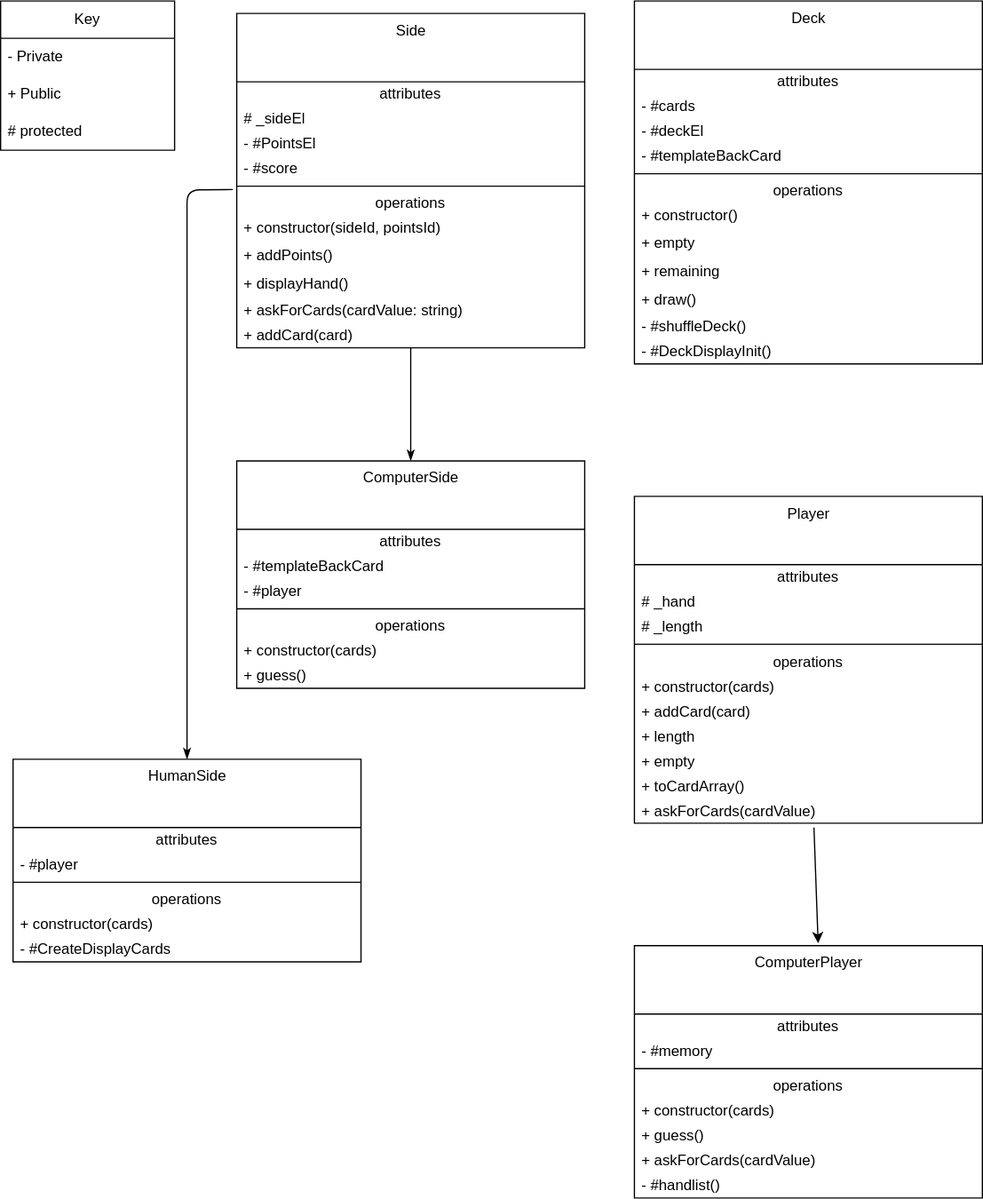
Anthonyntilelli/go-fish-webpage keeps this draw.io diagram as uml.drawio.svg. Above is the earlier version. Source tidied: cells renumbered, new cells last; positions are measured from the earlier drawing's top-left corner, leaving out a move shared by most shapes.
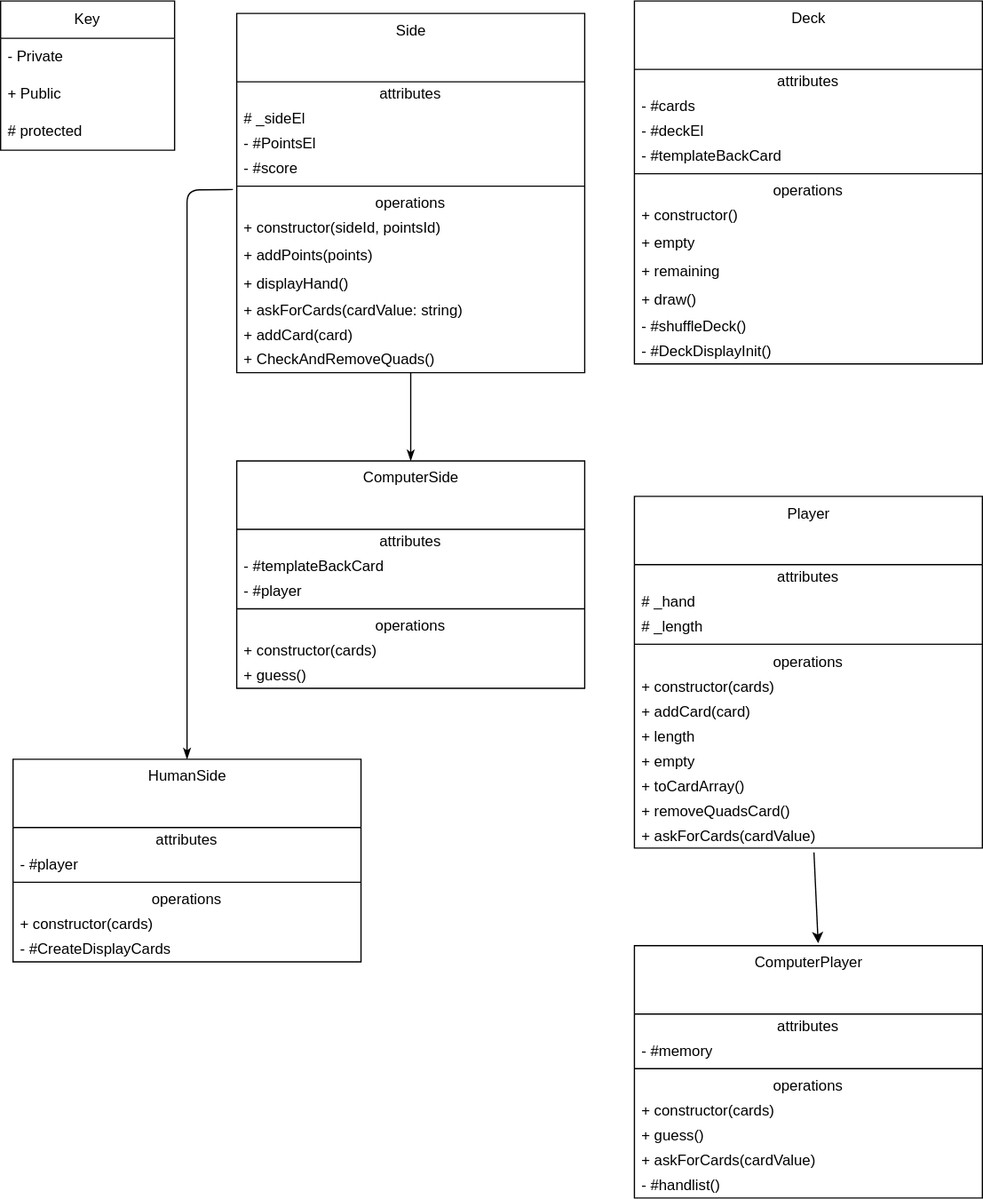
After the change.

The edit, as a diff of the source:
```diff
@@ -57,7 +57,7 @@
       <mxGeometry relative="1" as="geometry" />
     </mxCell>
     <mxCell id="20" value="Player" style="swimlane;fontStyle=0;align=center;verticalAlign=top;horizontal=1;startSize=55;html=1;" parent="1" vertex="1">
-      <mxGeometry x="510" y="398.5" width="280" height="263" as="geometry" />
+      <mxGeometry x="510" y="398.5" width="280" height="283" as="geometry" />
     </mxCell>
     <mxCell id="21" value="attributes" style="text;html=1;strokeColor=none;fillColor=none;align=center;verticalAlign=middle;spacingLeft=4;spacingRight=4;overflow=hidden;" parent="20" vertex="1">
       <mxGeometry y="55" width="280" height="20" as="geometry" />
@@ -89,8 +89,11 @@
     <mxCell id="30" value="+ toCardArray()" style="text;html=1;strokeColor=none;fillColor=none;align=left;verticalAlign=middle;spacingLeft=4;spacingRight=4;overflow=hidden;" parent="20" vertex="1">
       <mxGeometry y="223" width="280" height="20" as="geometry" />
     </mxCell>
+    <mxCell id="70" value="+ removeQuadsCard()" style="text;html=1;strokeColor=none;fillColor=none;align=left;verticalAlign=middle;spacingLeft=4;spacingRight=4;overflow=hidden;" parent="20" vertex="1">
+      <mxGeometry y="243" width="280" height="20" as="geometry" />
+    </mxCell>
     <mxCell id="31" value="+ askForCards(cardValue)" style="text;html=1;strokeColor=none;fillColor=none;align=left;verticalAlign=middle;spacingLeft=4;spacingRight=4;overflow=hidden;points=[[0,0.5],[1,0.5]];portConstraint=eastwest;" parent="20" vertex="1">
-      <mxGeometry y="243" width="280" height="20" as="geometry" />
+      <mxGeometry y="263" width="280" height="20" as="geometry" />
     </mxCell>
     <mxCell id="32" value="ComputerPlayer" style="swimlane;fontStyle=0;align=center;verticalAlign=top;horizontal=1;startSize=55;html=1;" parent="1" vertex="1">
       <mxGeometry x="510" y="760" width="280" height="203" as="geometry" />
@@ -120,7 +123,7 @@
       <mxGeometry y="183" width="280" height="20" as="geometry" />
     </mxCell>
     <mxCell id="41" value="Side" style="swimlane;fontStyle=0;align=center;verticalAlign=top;horizontal=1;startSize=55;html=1;" parent="1" vertex="1">
-      <mxGeometry x="190" y="10" width="280" height="269" as="geometry" />
+      <mxGeometry x="190" y="10" width="280" height="289" as="geometry" />
     </mxCell>
     <mxCell id="42" value="attributes" style="text;html=1;strokeColor=none;fillColor=none;align=center;verticalAlign=middle;spacingLeft=4;spacingRight=4;overflow=hidden;" parent="41" vertex="1">
       <mxGeometry y="55" width="280" height="20" as="geometry" />
@@ -143,7 +146,7 @@
     <mxCell id="48" value="+ constructor(sideId, pointsId)" style="text;html=1;strokeColor=none;fillColor=none;align=left;verticalAlign=middle;spacingLeft=4;spacingRight=4;overflow=hidden;" parent="41" vertex="1">
       <mxGeometry y="163" width="280" height="20" as="geometry" />
     </mxCell>
-    <mxCell id="49" value="+ addPoints()" style="text;html=1;strokeColor=none;fillColor=none;align=left;verticalAlign=middle;spacingLeft=4;spacingRight=4;overflow=hidden;" parent="41" vertex="1">
+    <mxCell id="49" value="+ addPoints(points)" style="text;html=1;strokeColor=none;fillColor=none;align=left;verticalAlign=middle;spacingLeft=4;spacingRight=4;overflow=hidden;" parent="41" vertex="1">
       <mxGeometry y="183" width="280" height="23" as="geometry" />
     </mxCell>
     <mxCell id="50" value="+ displayHand()" style="text;html=1;strokeColor=none;fillColor=none;align=left;verticalAlign=middle;spacingLeft=4;spacingRight=4;overflow=hidden;" parent="41" vertex="1">
@@ -152,8 +155,11 @@
     <mxCell id="51" value="+&amp;nbsp;askForCards(cardValue: string)" style="text;html=1;strokeColor=none;fillColor=none;align=left;verticalAlign=middle;spacingLeft=4;spacingRight=4;overflow=hidden;" parent="41" vertex="1">
       <mxGeometry y="229" width="280" height="20" as="geometry" />
     </mxCell>
+    <mxCell id="71" value="+ addCard(card)" style="text;html=1;strokeColor=none;fillColor=none;align=left;verticalAlign=middle;spacingLeft=4;spacingRight=4;overflow=hidden;" parent="41" vertex="1">
+      <mxGeometry y="249" width="280" height="20" as="geometry" />
+    </mxCell>
-    <mxCell id="52" value="+ addCard(card)" style="text;html=1;strokeColor=none;fillColor=none;align=left;verticalAlign=middle;spacingLeft=4;spacingRight=4;overflow=hidden;points=[[0,0.5],[1,0.5]];portConstraint=eastwest;" parent="41" vertex="1">
-      <mxGeometry y="249" width="280" height="20" as="geometry" />
+    <mxCell id="52" value="+ CheckAndRemoveQuads()" style="text;html=1;strokeColor=none;fillColor=none;align=left;verticalAlign=middle;spacingLeft=4;spacingRight=4;overflow=hidden;points=[[0,0.5],[1,0.5]];portConstraint=eastwest;" parent="41" vertex="1">
+      <mxGeometry y="269" width="280" height="20" as="geometry" />
     </mxCell>
     <mxCell id="53" style="edgeStyle=none;html=1;endArrow=none;endFill=0;startArrow=classicThin;startFill=1;" parent="1" edge="1" source="54" target="52">
       <mxGeometry relative="1" as="geometry" />
```
